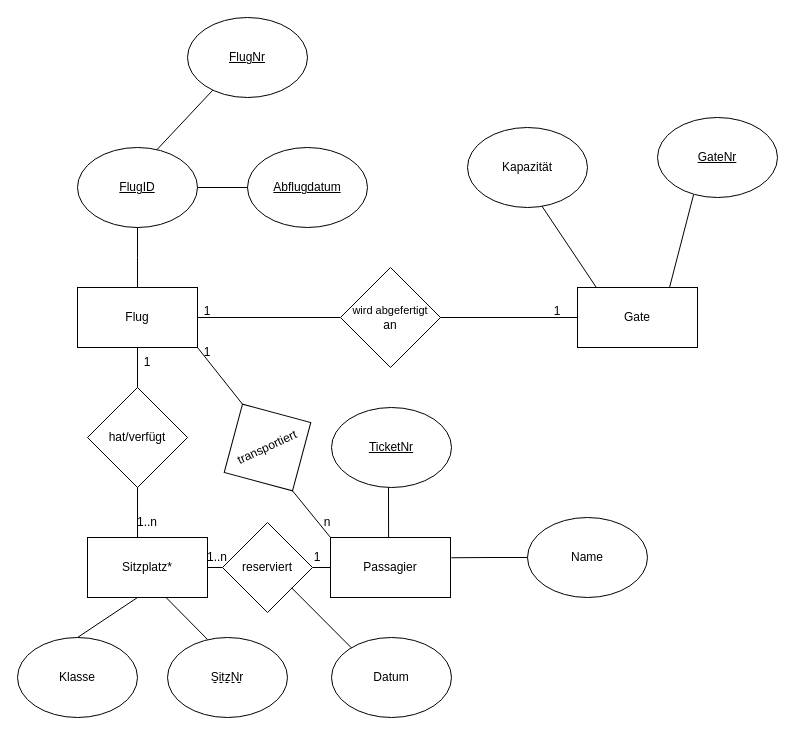
Above: Übung/01/Aufgabe_1/Aufgabe_1.drawio in easycoding12345/DABANK_ISS (draw.io), before the change. Source tidied: cells renumbered, new cells numbered last; positions are measured from the earlier drawing's top-left corner, leaving out a move shared by most shapes. Both pictures are drawn from the tidied source at 100%, with x=0, y=0 at pixel (17, 17).
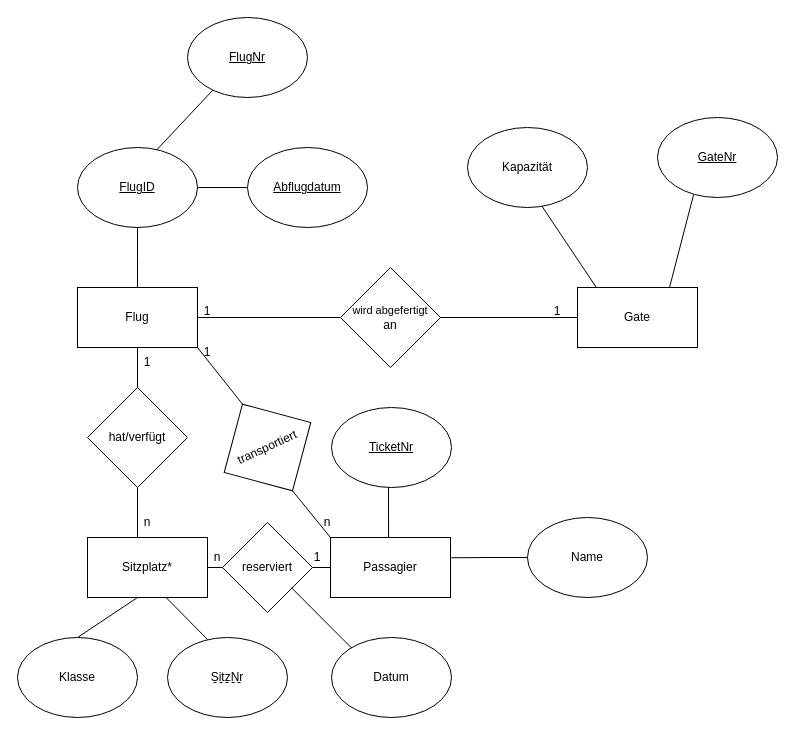
Above is the later version.

Commit message (it also covers changes not shown here):
aufgabe 2 und 3 done

What changed in the source:
```diff
@@
-    <mxCell id="38" value="1..n" style="text;html=1;whiteSpace=wrap;strokeColor=none;fillColor=none;align=center;verticalAlign=middle;rounded=0;" parent="1" vertex="1">
+    <mxCell id="38" value="n" style="text;html=1;whiteSpace=wrap;strokeColor=none;fillColor=none;align=center;verticalAlign=middle;rounded=0;" parent="1" vertex="1">
       <mxGeometry x="100" y="490" width="60" height="30" as="geometry" />
     </mxCell>
@@
-    <mxCell id="47" value="1..n" style="text;html=1;whiteSpace=wrap;strokeColor=none;fillColor=none;align=center;verticalAlign=middle;rounded=0;" parent="1" vertex="1">
+    <mxCell id="47" value="n" style="text;html=1;whiteSpace=wrap;strokeColor=none;fillColor=none;align=center;verticalAlign=middle;rounded=0;" parent="1" vertex="1">
       <mxGeometry x="170" y="525" width="60" height="30" as="geometry" />
     </mxCell>
```
